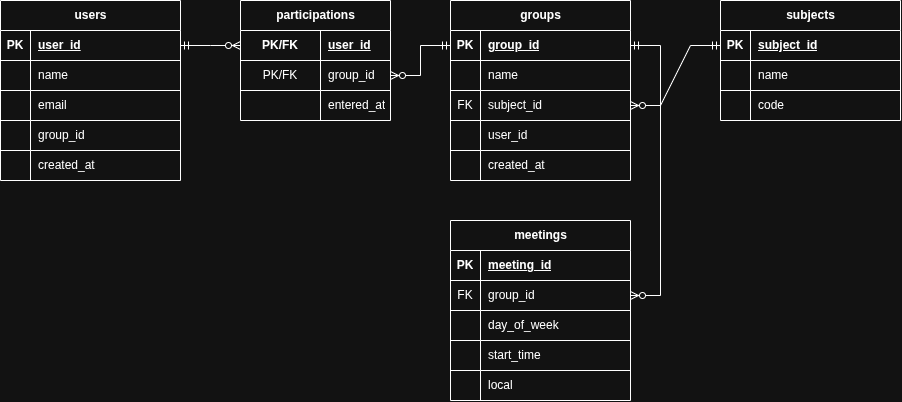
Before: docs/der.png, a diagram exported from draw.io (mikcoffee/learnplat). Source tidied: cells renumbered, new cells last; positions are measured from the earlier drawing's top-left corner, leaving out a move shared by most shapes.
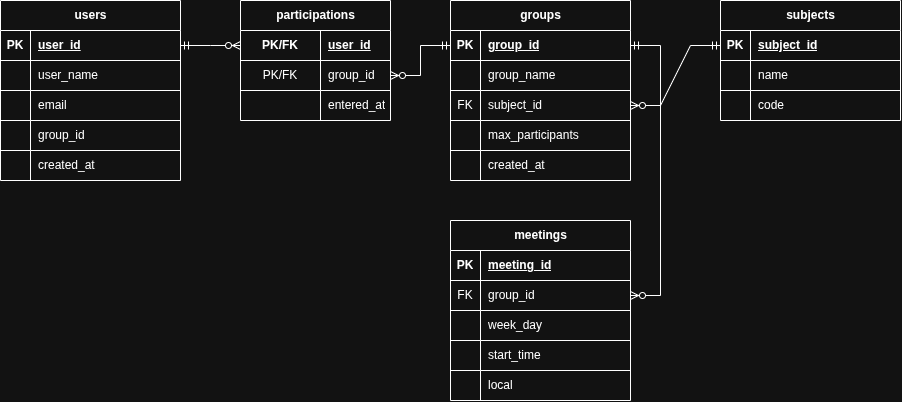
Later version of the same file.

Commit message:
Add the project's data dictionary

Diff of the diagram source:
```diff
@@ -50,7 +50,7 @@
     <mxCell id="17" style="shape=partialRectangle;fillColor=none;top=0;left=0;bottom=0;right=0;overflow=hidden;whiteSpace=wrap;html=1;" parent="16" vertex="1">
       <mxGeometry width="30" height="30" as="geometry" />
     </mxCell>
-    <mxCell id="18" value="name" style="shape=partialRectangle;fillColor=none;top=0;left=0;bottom=0;right=0;align=left;spacingLeft=6;overflow=hidden;whiteSpace=wrap;html=1;" parent="16" vertex="1">
+    <mxCell id="18" value="group_name" style="shape=partialRectangle;fillColor=none;top=0;left=0;bottom=0;right=0;align=left;spacingLeft=6;overflow=hidden;whiteSpace=wrap;html=1;" parent="16" vertex="1">
       <mxGeometry x="30" width="150" height="30" as="geometry" />
     </mxCell>
     <mxCell id="19" style="shape=tableRow;horizontal=0;startSize=0;swimlaneHead=0;swimlaneBody=0;fillColor=none;points=[[0,0.5],[1,0.5]];portConstraint=eastwest;top=0;left=0;right=0;bottom=0;" parent="12" vertex="1">
@@ -68,7 +68,7 @@
     <mxCell id="23" style="shape=partialRectangle;fillColor=none;top=0;left=0;bottom=0;right=0;overflow=hidden;whiteSpace=wrap;html=1;" parent="22" vertex="1">
       <mxGeometry width="30" height="30" as="geometry" />
     </mxCell>
-    <mxCell id="24" value="user_id" style="shape=partialRectangle;fillColor=none;top=0;left=0;bottom=0;right=0;align=left;spacingLeft=6;overflow=hidden;whiteSpace=wrap;html=1;" parent="22" vertex="1">
+    <mxCell id="24" value="max_participants" style="shape=partialRectangle;fillColor=none;top=0;left=0;bottom=0;right=0;align=left;spacingLeft=6;overflow=hidden;whiteSpace=wrap;html=1;" parent="22" vertex="1">
       <mxGeometry x="30" width="150" height="30" as="geometry" />
     </mxCell>
     <mxCell id="25" style="shape=tableRow;horizontal=0;startSize=0;swimlaneHead=0;swimlaneBody=0;fillColor=none;top=0;left=0;right=0;bottom=0;" parent="12" vertex="1">
@@ -110,7 +110,7 @@
     <mxCell id="37" style="shape=partialRectangle;fillColor=none;top=0;left=0;bottom=0;right=0;overflow=hidden;whiteSpace=wrap;html=1;" parent="36" vertex="1">
       <mxGeometry width="30" height="30" as="geometry" />
     </mxCell>
-    <mxCell id="38" value="day_of_week" style="shape=partialRectangle;fillColor=none;top=0;left=0;bottom=0;right=0;align=left;spacingLeft=6;overflow=hidden;whiteSpace=wrap;html=1;" parent="36" vertex="1">
+    <mxCell id="38" value="week_day" style="shape=partialRectangle;fillColor=none;top=0;left=0;bottom=0;right=0;align=left;spacingLeft=6;overflow=hidden;whiteSpace=wrap;html=1;" parent="36" vertex="1">
       <mxGeometry x="30" width="150" height="30" as="geometry" />
     </mxCell>
     <mxCell id="39" style="shape=tableRow;horizontal=0;startSize=0;swimlaneHead=0;swimlaneBody=0;fillColor=none;top=0;left=0;right=0;bottom=0;" parent="29" vertex="1">
@@ -152,7 +152,7 @@
     <mxCell id="51" style="shape=partialRectangle;fillColor=none;top=0;left=0;bottom=0;right=0;overflow=hidden;whiteSpace=wrap;html=1;" parent="50" vertex="1">
       <mxGeometry width="30" height="30" as="geometry" />
     </mxCell>
-    <mxCell id="52" value="name" style="shape=partialRectangle;fillColor=none;top=0;left=0;bottom=0;right=0;align=left;spacingLeft=6;overflow=hidden;whiteSpace=wrap;html=1;" parent="50" vertex="1">
+    <mxCell id="52" value="user_name" style="shape=partialRectangle;fillColor=none;top=0;left=0;bottom=0;right=0;align=left;spacingLeft=6;overflow=hidden;whiteSpace=wrap;html=1;" parent="50" vertex="1">
       <mxGeometry x="30" width="150" height="30" as="geometry" />
     </mxCell>
     <mxCell id="53" style="shape=tableRow;horizontal=0;startSize=0;swimlaneHead=0;swimlaneBody=0;fillColor=none;top=0;left=0;right=0;bottom=0;" parent="46" vertex="1">
```
